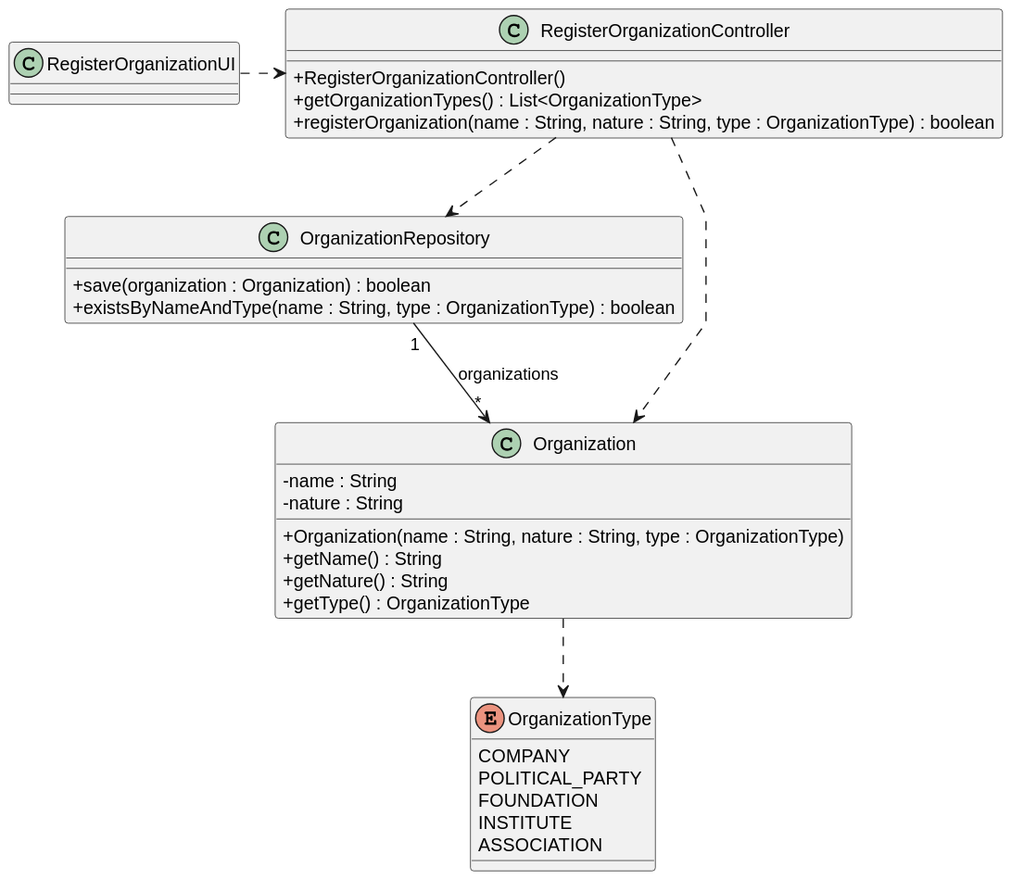
brunodspinto/crystal-clear-platform keeps this PlantUML diagram as docs/system-documentation/US04/03.design/svg/US04-CD.svg. Above is the earlier version.
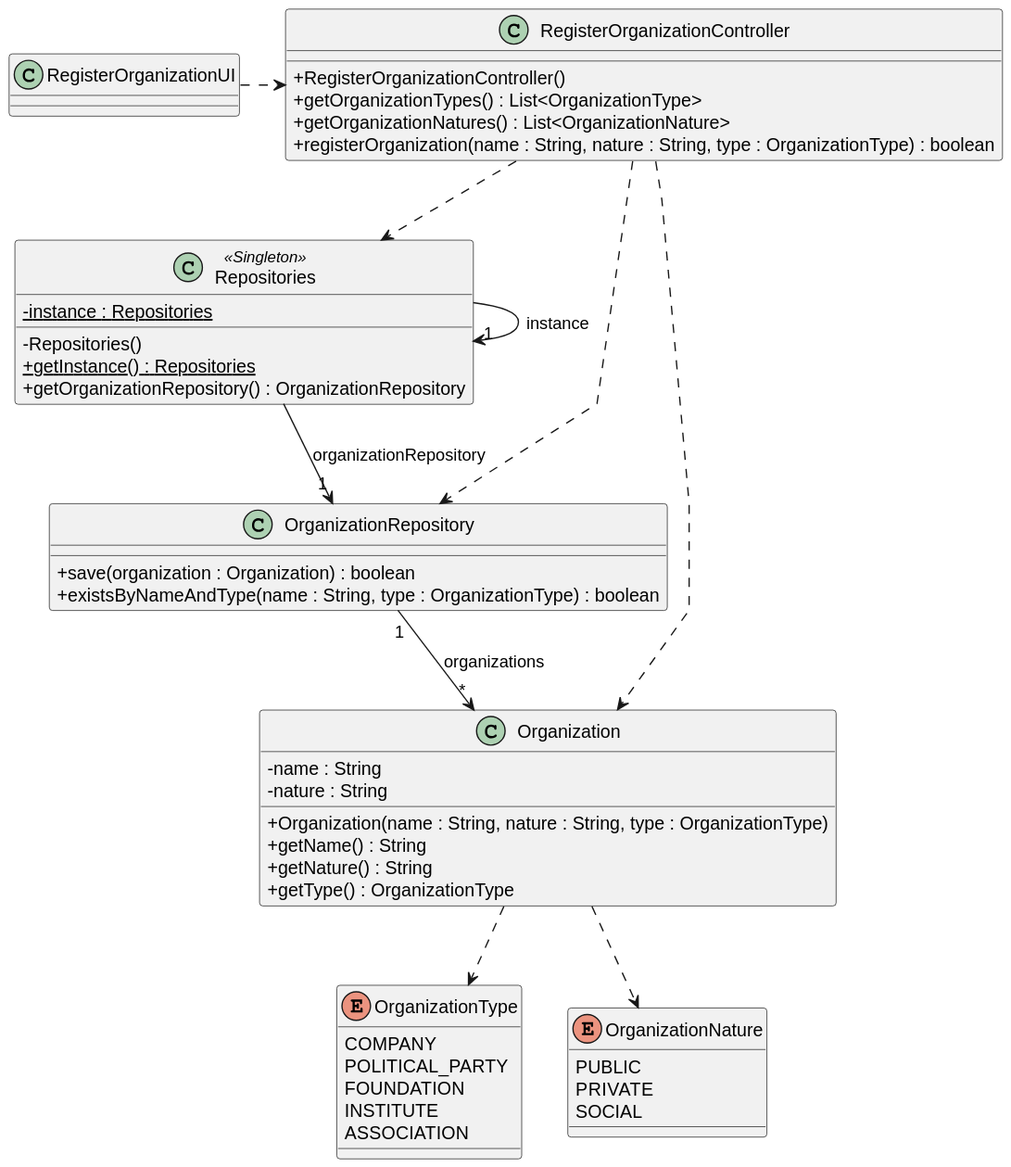
Above is the later version.

What changed in the source:
```diff
@@ -10,7 +10,15 @@
 class RegisterOrganizationController {
     + RegisterOrganizationController()
     + getOrganizationTypes() : List<OrganizationType>
+    + getOrganizationNatures() : List<OrganizationNature>
     + registerOrganization(name : String, nature : String, type : OrganizationType) : boolean
+}
+
+class Repositories <<Singleton>> {
+    - {static} instance : Repositories
+    - Repositories()
+    + {static} getInstance() : Repositories
+    + getOrganizationRepository() : OrganizationRepository
 }
 
 class OrganizationRepository {
@@ -35,12 +43,23 @@
     ASSOCIATION
 }
 
+enum OrganizationNature {
+    PUBLIC
+    PRIVATE
+    SOCIAL
+}
+
 RegisterOrganizationUI .> RegisterOrganizationController
 
+RegisterOrganizationController ..> Repositories
 RegisterOrganizationController ..> OrganizationRepository
 RegisterOrganizationController ..> Organization
+
+Repositories -> "1" Repositories : instance
+Repositories --> "1" OrganizationRepository : organizationRepository
 
 OrganizationRepository "1" --> "*" Organization : organizations
 
 Organization ..> OrganizationType
+Organization ..> OrganizationNature
 @enduml
```
